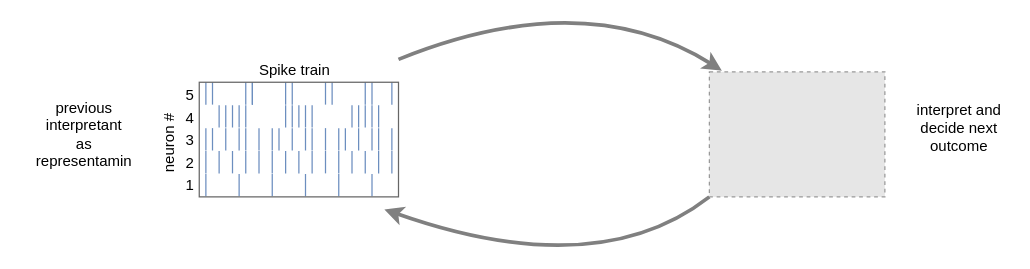
Before: page "brain-semiotics" (5 of 6) of files/Paper-on-Loops-in-AI-and-Consciousness.drawio in malcolmlett/malcolmlett.github.io, a draw.io diagram. Source tidied: cells renumbered, new cells numbered last; positions are measured from the earlier drawing's top-left corner, leaving out a move shared by most shapes. Both pictures are drawn from the tidied source at 125%, with x=0, y=0 at pixel (21, -16). Pictures stored in the file or linked from it are replaced by grey dashed boxes.
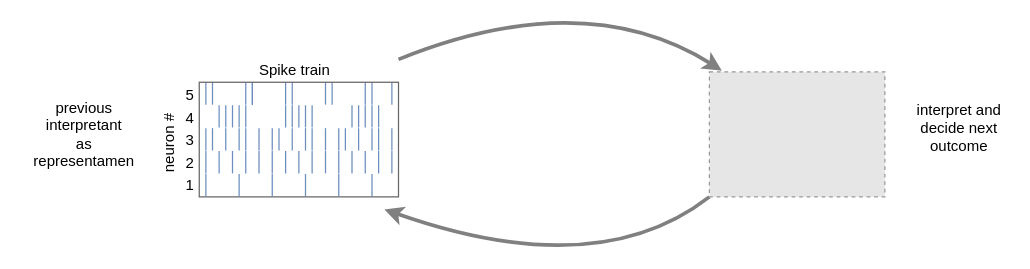
After the change.

Change to the diagram source:
```diff
@@
-    <mxCell id="73" value="previous interpretant&lt;br&gt;as&lt;br&gt;representamin" style="text;html=1;strokeColor=none;fillColor=none;align=center;verticalAlign=middle;whiteSpace=wrap;rounded=0;" parent="1" vertex="1">
+    <mxCell id="73" value="previous interpretant&lt;br&gt;as&lt;br&gt;representamen" style="text;html=1;strokeColor=none;fillColor=none;align=center;verticalAlign=middle;whiteSpace=wrap;rounded=0;" parent="1" vertex="1">
       <mxGeometry y="105" width="100" height="30" as="geometry" />
     </mxCell>
```
